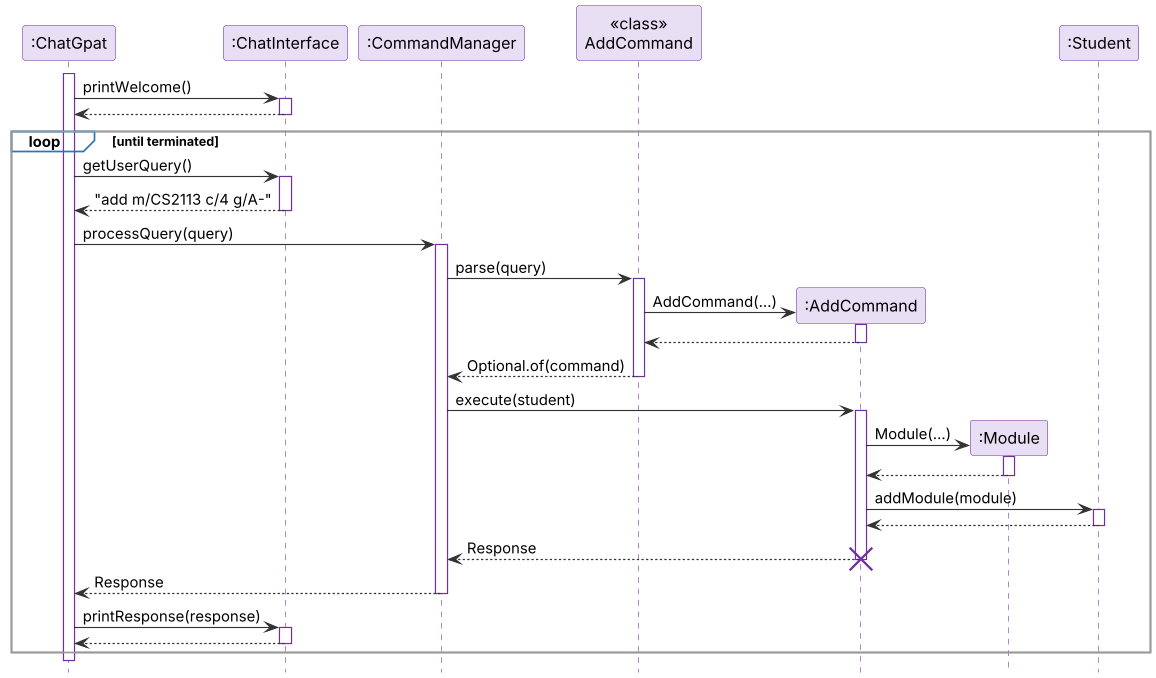
Above: docs/images/ArchitectureSequence.png in AY2627S1-CS2113-T11-2/tp (PlantUML), before the change. The source it was exported from:
```plantuml
@startuml
!include style.puml

participant ":ChatGpat" as Main
participant ":ChatInterface" as UI
participant ":CommandManager" as CM
participant "<<class>>\nAddCommand" as AC
participant ":AddCommand" as A
participant ":Module" as M
participant ":Student" as S

activate Main
Main -> UI ++ : printWelcome()
UI --> Main --

loop until terminated
    Main -> UI ++ : getUserQuery()
    UI --> Main -- : "add m/CS2113 c/4 g/A-"

    Main -> CM ++ : processQuery(query)
    CM -> AC ++ : parse(query)
    create A
    AC -> A : AddCommand(...)
    activate A
    A --> AC
    deactivate A
    AC --> CM -- : Optional.of(command)

    CM -> A ++ : execute(student)
    create M
    A -> M : Module(...)
    activate M
    M --> A
    deactivate M
    A -> S ++ : addModule(module)
    S --> A --
    A --> CM -- : Response
    destroy A
    CM --> Main -- : Response

    Main -> UI ++ : printResponse(response)
    UI --> Main --
end
deactivate Main
@enduml
```
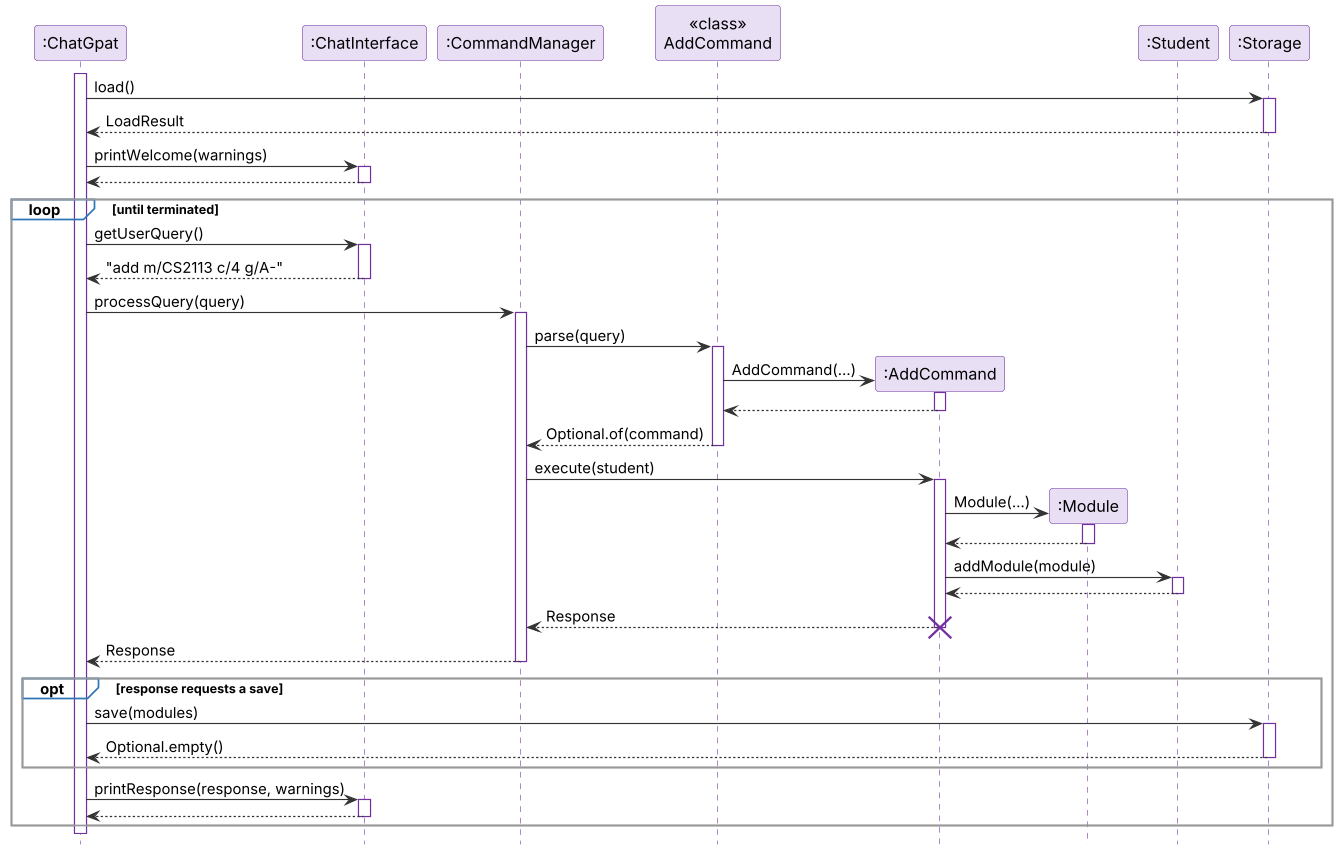
The same diagram one commit later.

Commit message:
Add Storage and update Architecture diagrams in DG

Diff of the diagram source:
```diff
@@ -8,9 +8,12 @@
 participant ":AddCommand" as A
 participant ":Module" as M
 participant ":Student" as S
+participant ":Storage" as ST
 
 activate Main
-Main -> UI ++ : printWelcome()
+Main -> ST ++ : load()
+ST --> Main -- : LoadResult
+Main -> UI ++ : printWelcome(warnings)
 UI --> Main --
 
 loop until terminated
@@ -38,7 +41,12 @@
     destroy A
     CM --> Main -- : Response
 
-    Main -> UI ++ : printResponse(response)
+    opt response requests a save
+        Main -> ST ++ : save(modules)
+        ST --> Main -- : Optional.empty()
+    end
+
+    Main -> UI ++ : printResponse(response, warnings)
     UI --> Main --
 end
 deactivate Main
```
